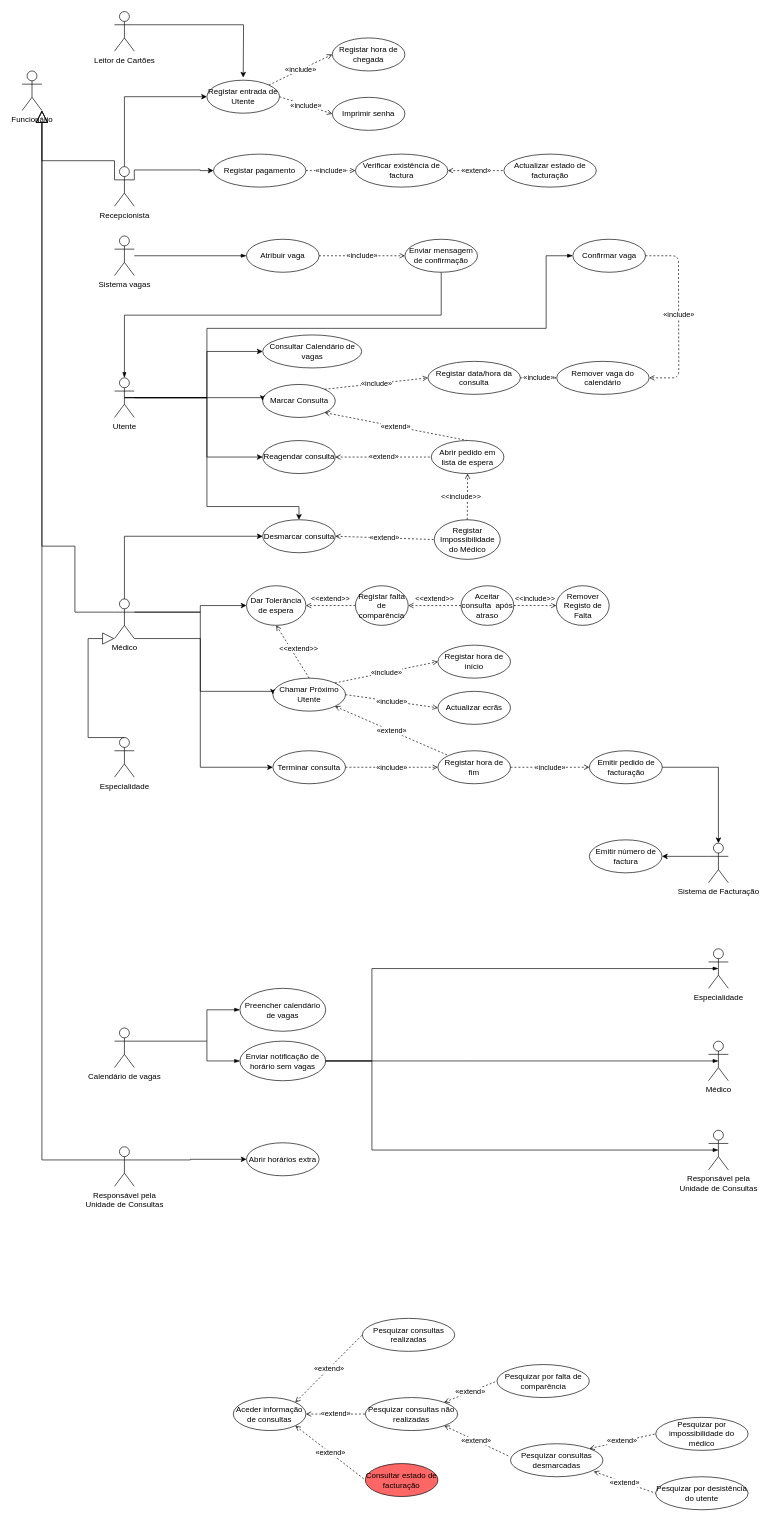
The draw.io diagram page "Page-1" (1 of 2) of Diagrama Use Cases.drawio in carlan92/Hospital_Management_System, before the edit. Source tidied: cells renumbered, new cells numbered last; positions are measured from the earlier drawing's top-left corner, leaving out a move shared by most shapes. Both pictures are drawn from the tidied source at 66%, with x=0, y=0 at pixel (22, 11).
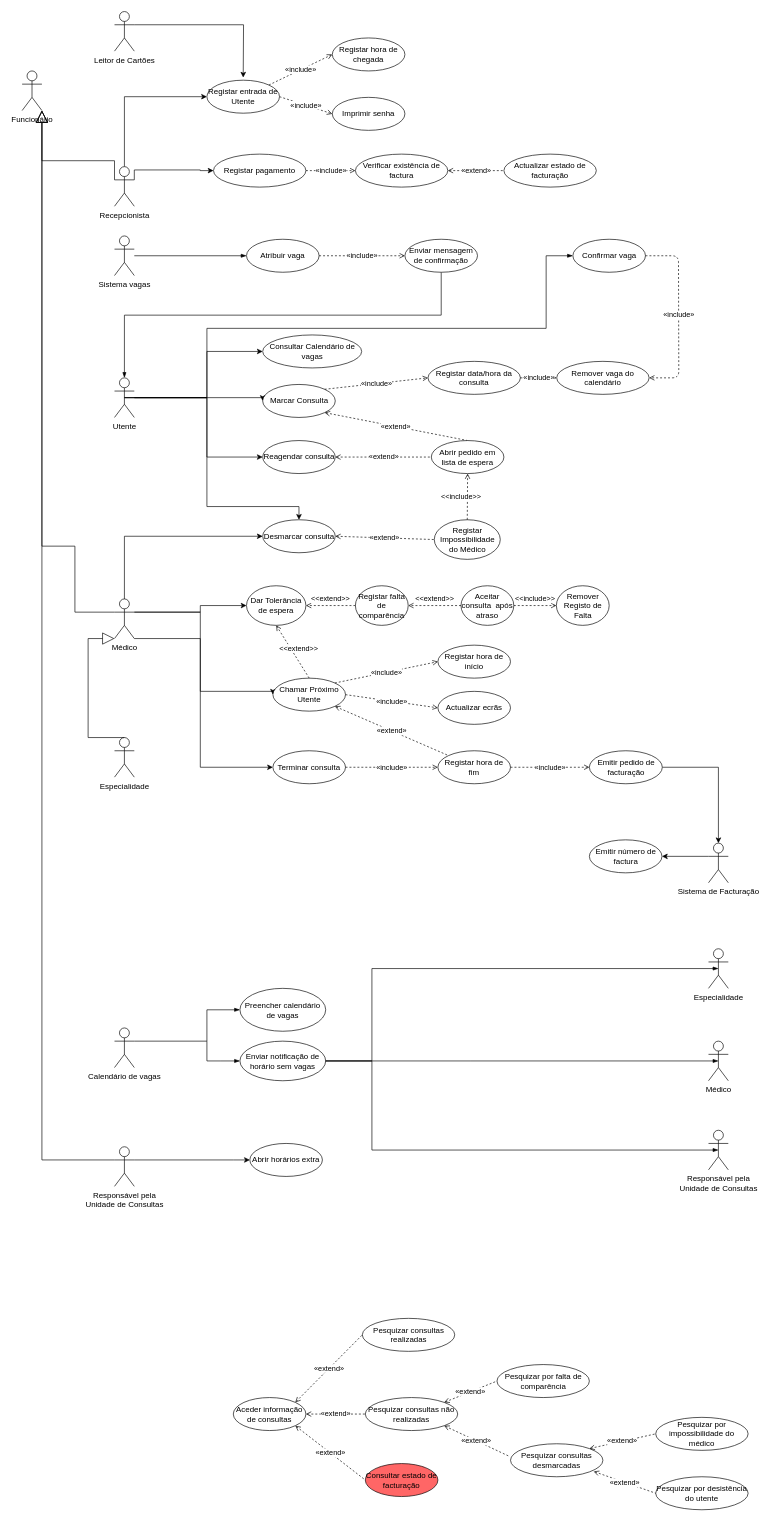
Above is the later version.

Commit message (it also covers changes not shown here):
Atualização da organização do diagrama

Unchanged cells that the change refers to:
```xml
<mxCell id="106" value="Responsável pela&lt;br&gt;Unidade de Consultas" style="shape=umlActor;verticalLabelPosition=bottom;verticalAlign=top;html=1;outlineConnect=0;" parent="1" vertex="1">
  <mxGeometry x="140" y="1720" width="30" height="60" as="geometry" />
</mxCell>
```

The edit, as a diff of the source:
```diff
@@
     <mxCell id="47" value="Abrir horários extra" style="ellipse;whiteSpace=wrap;html=1;" parent="1" vertex="1">
-      <mxGeometry x="340" y="1714" width="110" height="50" as="geometry" />
+      <mxGeometry x="345" y="1715" width="110" height="50" as="geometry" />
     </mxCell>
@@
-    <mxCell id="105" style="edgeStyle=orthogonalEdgeStyle;rounded=0;jettySize=auto;html=1;entryX=0;entryY=0.5;entryDx=0;entryDy=0;exitX=1;exitY=0.3333333333333333;exitDx=0;exitDy=0;exitPerimeter=0;" parent="1" edge="1" source="106" target="47">
-      <mxGeometry relative="1" as="geometry" />
+    <mxCell id="105" style="edgeStyle=orthogonalEdgeStyle;rounded=0;jettySize=auto;html=1;entryX=0;entryY=0.5;entryDx=0;entryDy=0;exitX=1;exitY=0.3333333333333333;exitDx=0;exitDy=0;exitPerimeter=0;" parent="1" edge="1" target="47">
+      <mxGeometry relative="1" as="geometry">
+        <mxPoint x="170" y="1740" as="sourcePoint" />
+        <Array as="points">
+          <mxPoint x="320" y="1740" />
+          <mxPoint x="320" y="1740" />
+        </Array>
+      </mxGeometry>
     </mxCell>
```
